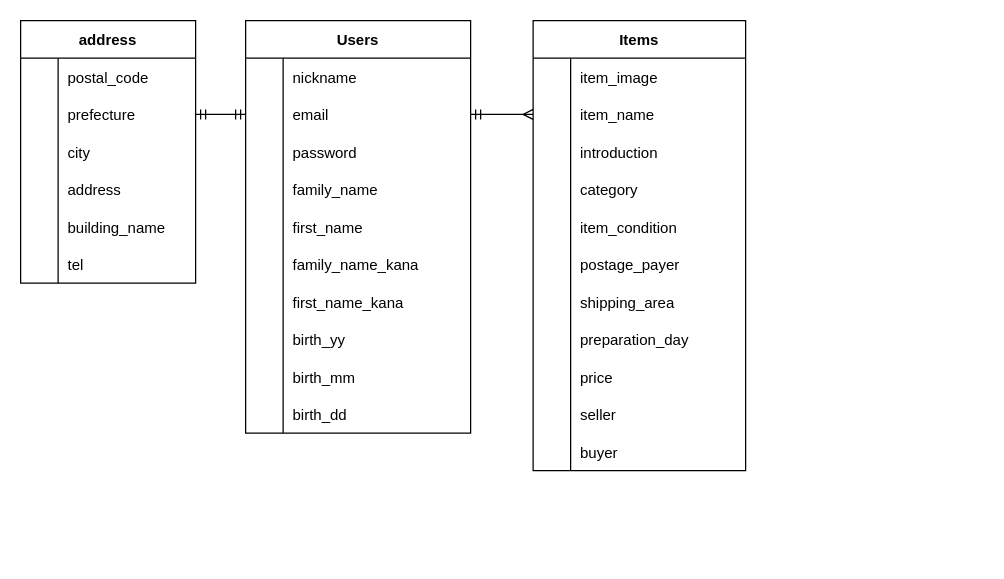
This is furima.dio from CKougami/furima-37663, a draw.io file, before an edit. Source tidied: cells renumbered, new cells numbered last; positions are measured from the earlier drawing's top-left corner, leaving out a move shared by most shapes. Both pictures are drawn from the tidied source at 125%, with x=0, y=0 at pixel (20, 20).
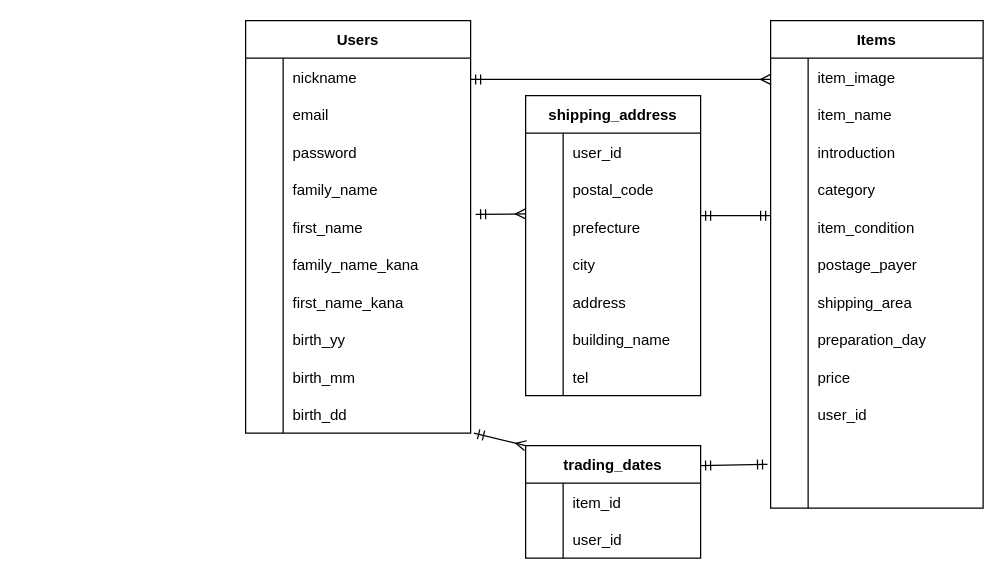
Above is the later version.

Commit message (it also covers changes not shown here):
データベース設計

The change refers to these unchanged cells:
```xml
<mxCell id="6" style="shape=partialRectangle;fillColor=none;top=0;left=0;bottom=0;right=0;points=[[0,0.5],[1,0.5]];portConstraint=eastwest;" parent="2" vertex="1">
  <mxGeometry y="60" width="180" height="30" as="geometry" />
</mxCell>
<mxCell id="30" style="shape=partialRectangle;fillColor=none;top=0;left=0;bottom=0;right=0;points=[[0,0.5],[1,0.5]];portConstraint=eastwest;" parent="2" vertex="1">
  <mxGeometry y="300" width="180" height="30" as="geometry" />
</mxCell>
<mxCell id="37" style="shape=partialRectangle;fillColor=none;top=0;left=0;bottom=0;right=0;points=[[0,0.5],[1,0.5]];portConstraint=eastwest;" parent="33" vertex="1">
  <mxGeometry y="60" width="170" height="30" as="geometry" />
</mxCell>
<mxCell id="61" style="shape=partialRectangle;fillColor=none;top=0;left=0;bottom=0;right=0;" parent="33" vertex="1">
  <mxGeometry y="300" width="170" height="30" as="geometry" />
</mxCell>
<mxCell id="64" style="shape=partialRectangle;fillColor=none;top=0;left=0;bottom=0;right=0;" parent="33" vertex="1">
  <mxGeometry y="330" width="170" height="30" as="geometry" />
</mxCell>
<mxCell id="71" style="shape=partialRectangle;fillColor=none;top=0;left=0;bottom=0;right=0;points=[[0,0.5],[1,0.5]];portConstraint=eastwest;" parent="67" vertex="1">
  <mxGeometry y="60" width="140" height="30" as="geometry" />
</mxCell>
```

Diff of the diagram source:
```diff
@@
     <mxCell id="33" value="Items" style="shape=table;startSize=30;childLayout=tableLayout;rowLines=0;fontStyle=1;align=center;" parent="1" vertex="1">
-      <mxGeometry x="410" width="170" height="360" as="geometry" />
+      <mxGeometry x="600" width="170" height="390" as="geometry" />
     </mxCell>
@@
-    <mxCell id="63" value="seller" style="shape=partialRectangle;fillColor=none;top=0;left=0;bottom=0;right=0;align=left;spacingLeft=6;overflow=hidden;" parent="61" vertex="1">
+    <mxCell id="63" value="user_id" style="shape=partialRectangle;fillColor=none;top=0;left=0;bottom=0;right=0;align=left;spacingLeft=6;overflow=hidden;" parent="61" vertex="1">
       <mxGeometry x="30" width="140" height="30" as="geometry" />
     </mxCell>
@@
-    <mxCell id="66" value="buyer" style="shape=partialRectangle;fillColor=none;top=0;left=0;bottom=0;right=0;align=left;spacingLeft=6;overflow=hidden;" parent="64" vertex="1">
+    <mxCell id="66" style="shape=partialRectangle;fillColor=none;top=0;left=0;bottom=0;right=0;align=left;spacingLeft=6;overflow=hidden;" parent="64" vertex="1">
       <mxGeometry x="30" width="140" height="30" as="geometry" />
     </mxCell>
+    <mxCell id="88" style="shape=partialRectangle;fillColor=none;top=0;left=0;bottom=0;right=0;" parent="33" vertex="1">
+      <mxGeometry y="360" width="170" height="30" as="geometry" />
+    </mxCell>
+    <mxCell id="89" style="shape=partialRectangle;fillColor=none;top=0;left=0;bottom=0;right=0;overflow=hidden;" parent="88" vertex="1">
+      <mxGeometry width="30" height="30" as="geometry" />
+    </mxCell>
+    <mxCell id="90" style="shape=partialRectangle;fillColor=none;top=0;left=0;bottom=0;right=0;align=left;spacingLeft=6;overflow=hidden;" parent="88" vertex="1">
+      <mxGeometry x="30" width="140" height="30" as="geometry" />
+    </mxCell>
+    <mxCell id="91" style="edgeStyle=none;html=1;exitX=1;exitY=0;exitDx=0;exitDy=0;entryX=-0.015;entryY=0.3;entryDx=0;entryDy=0;entryPerimeter=0;endArrow=ERmandOne;endFill=0;startArrow=ERmandOne;startFill=0;" parent="1" edge="1">
+      <mxGeometry relative="1" as="geometry">
+        <mxPoint x="544" y="356" as="sourcePoint" />
+        <mxPoint x="597.5" y="355" as="targetPoint" />
+      </mxGeometry>
+    </mxCell>
-    <mxCell id="67" value="address" style="shape=table;startSize=30;childLayout=tableLayout;rowLines=0;fontStyle=1;align=center;" parent="1" vertex="1">
-      <mxGeometry width="140" height="210" as="geometry" />
+    <mxCell id="67" value="trading_dates" style="shape=table;startSize=30;childLayout=tableLayout;rowLines=0;fontStyle=1;align=center;" parent="1" vertex="1">
+      <mxGeometry x="404" y="340" width="140" height="90" as="geometry" />
     </mxCell>
-    <mxCell id="68" style="shape=partialRectangle;fillColor=none;top=0;left=0;bottom=0;right=0;" parent="67" vertex="1">
-      <mxGeometry y="30" width="140" height="30" as="geometry" />
-    </mxCell>
-    <mxCell id="69" style="shape=partialRectangle;fillColor=none;top=0;left=0;bottom=0;right=0;overflow=hidden;" parent="68" vertex="1">
-      <mxGeometry width="30" height="30" as="geometry" />
-    </mxCell>
-    <mxCell id="70" value="postal_code" style="shape=partialRectangle;fillColor=none;top=0;left=0;bottom=0;right=0;align=left;spacingLeft=6;overflow=hidden;" parent="68" vertex="1">
-      <mxGeometry x="30" width="110" height="30" as="geometry" />
-    </mxCell>
+    <mxCell id="92" style="shape=partialRectangle;fillColor=none;top=0;left=0;bottom=0;right=0;" parent="67" vertex="1">
+      <mxGeometry y="30" width="140" height="30" as="geometry" />
+    </mxCell>
+    <mxCell id="93" style="shape=partialRectangle;fillColor=none;top=0;left=0;bottom=0;right=0;overflow=hidden;" parent="92" vertex="1">
+      <mxGeometry width="30" height="30" as="geometry" />
+    </mxCell>
+    <mxCell id="94" value="item_id" style="shape=partialRectangle;fillColor=none;top=0;left=0;bottom=0;right=0;align=left;spacingLeft=6;overflow=hidden;" parent="92" vertex="1">
+      <mxGeometry x="30" width="110" height="30" as="geometry" />
+    </mxCell>
@@
-    <mxCell id="73" value="prefecture" style="shape=partialRectangle;fillColor=none;top=0;left=0;bottom=0;right=0;align=left;spacingLeft=6;overflow=hidden;" parent="71" vertex="1">
+    <mxCell id="73" value="user_id" style="shape=partialRectangle;fillColor=none;top=0;left=0;bottom=0;right=0;align=left;spacingLeft=6;overflow=hidden;" parent="71" vertex="1">
       <mxGeometry x="30" width="110" height="30" as="geometry" />
     </mxCell>
-    <mxCell id="74" style="shape=partialRectangle;fillColor=none;top=0;left=0;bottom=0;right=0;" parent="67" vertex="1">
-      <mxGeometry y="90" width="140" height="30" as="geometry" />
-    </mxCell>
-    <mxCell id="75" style="shape=partialRectangle;fillColor=none;top=0;left=0;bottom=0;right=0;overflow=hidden;" parent="74" vertex="1">
-      <mxGeometry width="30" height="30" as="geometry" />
-    </mxCell>
-    <mxCell id="76" value="city" style="shape=partialRectangle;fillColor=none;top=0;left=0;bottom=0;right=0;align=left;spacingLeft=6;overflow=hidden;" parent="74" vertex="1">
-      <mxGeometry x="30" width="110" height="30" as="geometry" />
-    </mxCell>
-    <mxCell id="77" style="shape=partialRectangle;fillColor=none;top=0;left=0;bottom=0;right=0;" parent="67" vertex="1">
-      <mxGeometry y="120" width="140" height="30" as="geometry" />
-    </mxCell>
-    <mxCell id="78" style="shape=partialRectangle;fillColor=none;top=0;left=0;bottom=0;right=0;overflow=hidden;" parent="77" vertex="1">
-      <mxGeometry width="30" height="30" as="geometry" />
-    </mxCell>
-    <mxCell id="79" value="address" style="shape=partialRectangle;fillColor=none;top=0;left=0;bottom=0;right=0;align=left;spacingLeft=6;overflow=hidden;" parent="77" vertex="1">
-      <mxGeometry x="30" width="110" height="30" as="geometry" />
-    </mxCell>
-    <mxCell id="80" style="shape=partialRectangle;fillColor=none;top=0;left=0;bottom=0;right=0;" parent="67" vertex="1">
-      <mxGeometry y="150" width="140" height="30" as="geometry" />
-    </mxCell>
-    <mxCell id="81" style="shape=partialRectangle;fillColor=none;top=0;left=0;bottom=0;right=0;overflow=hidden;" parent="80" vertex="1">
-      <mxGeometry width="30" height="30" as="geometry" />
-    </mxCell>
-    <mxCell id="82" value="building_name" style="shape=partialRectangle;fillColor=none;top=0;left=0;bottom=0;right=0;align=left;spacingLeft=6;overflow=hidden;" parent="80" vertex="1">
-      <mxGeometry x="30" width="110" height="30" as="geometry" />
-    </mxCell>
-    <mxCell id="83" style="shape=partialRectangle;fillColor=none;top=0;left=0;bottom=0;right=0;" parent="67" vertex="1">
-      <mxGeometry y="180" width="140" height="30" as="geometry" />
-    </mxCell>
-    <mxCell id="84" style="shape=partialRectangle;fillColor=none;top=0;left=0;bottom=0;right=0;overflow=hidden;" parent="83" vertex="1">
-      <mxGeometry width="30" height="30" as="geometry" />
-    </mxCell>
-    <mxCell id="85" value="tel" style="shape=partialRectangle;fillColor=none;top=0;left=0;bottom=0;right=0;align=left;spacingLeft=6;overflow=hidden;" parent="83" vertex="1">
-      <mxGeometry x="30" width="110" height="30" as="geometry" />
-    </mxCell>
-    <mxCell id="86" style="edgeStyle=none;html=1;exitX=1;exitY=0.5;exitDx=0;exitDy=0;entryX=0;entryY=0.5;entryDx=0;entryDy=0;startArrow=ERmandOne;startFill=0;endArrow=ERmany;endFill=0;" parent="1" edge="1" source="6" target="37">
-      <mxGeometry relative="1" as="geometry" />
+    <mxCell id="86" style="edgeStyle=none;html=1;exitX=1;exitY=0.5;exitDx=0;exitDy=0;entryX=0;entryY=0.5;entryDx=0;entryDy=0;startArrow=ERmandOne;startFill=0;endArrow=ERmany;endFill=0;" parent="1" edge="1">
+      <mxGeometry relative="1" as="geometry">
+        <mxPoint x="360" y="47" as="sourcePoint" />
+        <mxPoint x="600" y="47" as="targetPoint" />
+        <Array as="points">
+          <mxPoint x="540" y="47" />
+        </Array>
+      </mxGeometry>
     </mxCell>
-    <mxCell id="87" style="edgeStyle=none;html=1;exitX=1;exitY=0.5;exitDx=0;exitDy=0;entryX=0;entryY=0.5;entryDx=0;entryDy=0;startArrow=ERmandOne;startFill=0;endArrow=ERmandOne;endFill=0;" parent="1" edge="1" source="71" target="6">
+    <mxCell id="87" style="edgeStyle=none;html=1;startArrow=ERmany;startFill=0;endArrow=ERmandOne;endFill=0;exitX=0;exitY=0;exitDx=0;exitDy=0;entryX=1.014;entryY=1;entryDx=0;entryDy=0;entryPerimeter=0;" parent="1" edge="1" source="67" target="30">
       <mxGeometry relative="1" as="geometry" />
     </mxCell>
+    <mxCell id="95" style="edgeStyle=none;html=1;startArrow=ERmany;startFill=0;endArrow=ERmandOne;endFill=0;" parent="1" edge="1">
+      <mxGeometry relative="1" as="geometry">
+        <mxPoint x="404" y="154.6" as="sourcePoint" />
+        <mxPoint x="364" y="155" as="targetPoint" />
+      </mxGeometry>
+    </mxCell>
+    <mxCell id="96" value="shipping_address" style="shape=table;startSize=30;childLayout=tableLayout;rowLines=0;fontStyle=1;align=center;" parent="1" vertex="1">
+      <mxGeometry x="404" y="60" width="140" height="240" as="geometry" />
+    </mxCell>
+    <mxCell id="97" style="shape=partialRectangle;fillColor=none;top=0;left=0;bottom=0;right=0;" parent="96" vertex="1">
+      <mxGeometry y="30" width="140" height="30" as="geometry" />
+    </mxCell>
+    <mxCell id="98" style="shape=partialRectangle;fillColor=none;top=0;left=0;bottom=0;right=0;overflow=hidden;" parent="97" vertex="1">
+      <mxGeometry width="30" height="30" as="geometry" />
+    </mxCell>
+    <mxCell id="99" value="user_id" style="shape=partialRectangle;fillColor=none;top=0;left=0;bottom=0;right=0;align=left;spacingLeft=6;overflow=hidden;" parent="97" vertex="1">
+      <mxGeometry x="30" width="110" height="30" as="geometry" />
+    </mxCell>
+    <mxCell id="100" style="shape=partialRectangle;fillColor=none;top=0;left=0;bottom=0;right=0;" parent="96" vertex="1">
+      <mxGeometry y="60" width="140" height="30" as="geometry" />
+    </mxCell>
+    <mxCell id="101" style="shape=partialRectangle;fillColor=none;top=0;left=0;bottom=0;right=0;overflow=hidden;" parent="100" vertex="1">
+      <mxGeometry width="30" height="30" as="geometry" />
+    </mxCell>
+    <mxCell id="70" value="postal_code" style="shape=partialRectangle;fillColor=none;top=0;left=0;bottom=0;right=0;align=left;spacingLeft=6;overflow=hidden;" parent="100" vertex="1">
+      <mxGeometry x="30" width="110" height="30" as="geometry" />
+    </mxCell>
+    <mxCell id="74" style="shape=partialRectangle;fillColor=none;top=0;left=0;bottom=0;right=0;" parent="96" vertex="1">
+      <mxGeometry y="90" width="140" height="30" as="geometry" />
+    </mxCell>
+    <mxCell id="102" style="shape=partialRectangle;fillColor=none;top=0;left=0;bottom=0;right=0;overflow=hidden;" parent="74" vertex="1">
+      <mxGeometry width="30" height="30" as="geometry" />
+    </mxCell>
+    <mxCell id="103" value="prefecture" style="shape=partialRectangle;fillColor=none;top=0;left=0;bottom=0;right=0;align=left;spacingLeft=6;overflow=hidden;" parent="74" vertex="1">
+      <mxGeometry x="30" width="110" height="30" as="geometry" />
+    </mxCell>
+    <mxCell id="77" style="shape=partialRectangle;fillColor=none;top=0;left=0;bottom=0;right=0;" parent="96" vertex="1">
+      <mxGeometry y="120" width="140" height="30" as="geometry" />
+    </mxCell>
+    <mxCell id="104" style="shape=partialRectangle;fillColor=none;top=0;left=0;bottom=0;right=0;overflow=hidden;" parent="77" vertex="1">
+      <mxGeometry width="30" height="30" as="geometry" />
+    </mxCell>
+    <mxCell id="76" value="city" style="shape=partialRectangle;fillColor=none;top=0;left=0;bottom=0;right=0;align=left;spacingLeft=6;overflow=hidden;" parent="77" vertex="1">
+      <mxGeometry x="30" width="110" height="30" as="geometry" />
+    </mxCell>
+    <mxCell id="80" style="shape=partialRectangle;fillColor=none;top=0;left=0;bottom=0;right=0;" parent="96" vertex="1">
+      <mxGeometry y="150" width="140" height="30" as="geometry" />
+    </mxCell>
+    <mxCell id="105" style="shape=partialRectangle;fillColor=none;top=0;left=0;bottom=0;right=0;overflow=hidden;" parent="80" vertex="1">
+      <mxGeometry width="30" height="30" as="geometry" />
+    </mxCell>
+    <mxCell id="79" value="address" style="shape=partialRectangle;fillColor=none;top=0;left=0;bottom=0;right=0;align=left;spacingLeft=6;overflow=hidden;" parent="80" vertex="1">
+      <mxGeometry x="30" width="110" height="30" as="geometry" />
+    </mxCell>
+    <mxCell id="83" style="shape=partialRectangle;fillColor=none;top=0;left=0;bottom=0;right=0;" parent="96" vertex="1">
+      <mxGeometry y="180" width="140" height="30" as="geometry" />
+    </mxCell>
+    <mxCell id="106" style="shape=partialRectangle;fillColor=none;top=0;left=0;bottom=0;right=0;overflow=hidden;" parent="83" vertex="1">
+      <mxGeometry width="30" height="30" as="geometry" />
+    </mxCell>
+    <mxCell id="82" value="building_name" style="shape=partialRectangle;fillColor=none;top=0;left=0;bottom=0;right=0;align=left;spacingLeft=6;overflow=hidden;" parent="83" vertex="1">
+      <mxGeometry x="30" width="110" height="30" as="geometry" />
+    </mxCell>
+    <mxCell id="107" style="shape=partialRectangle;fillColor=none;top=0;left=0;bottom=0;right=0;" parent="96" vertex="1">
+      <mxGeometry y="210" width="140" height="30" as="geometry" />
+    </mxCell>
+    <mxCell id="108" style="shape=partialRectangle;fillColor=none;top=0;left=0;bottom=0;right=0;overflow=hidden;" parent="107" vertex="1">
+      <mxGeometry width="30" height="30" as="geometry" />
+    </mxCell>
+    <mxCell id="85" value="tel" style="shape=partialRectangle;fillColor=none;top=0;left=0;bottom=0;right=0;align=left;spacingLeft=6;overflow=hidden;" parent="107" vertex="1">
+      <mxGeometry x="30" width="110" height="30" as="geometry" />
+    </mxCell>
+    <mxCell id="109" style="edgeStyle=none;html=1;exitX=1;exitY=0.5;exitDx=0;exitDy=0;startArrow=ERmandOne;startFill=0;endArrow=ERmandOne;endFill=0;entryX=0;entryY=0.5;entryDx=0;entryDy=0;" parent="1" edge="1">
+      <mxGeometry relative="1" as="geometry">
+        <mxPoint x="544" y="156" as="sourcePoint" />
+        <mxPoint x="600" y="156" as="targetPoint" />
+      </mxGeometry>
+    </mxCell>
```
